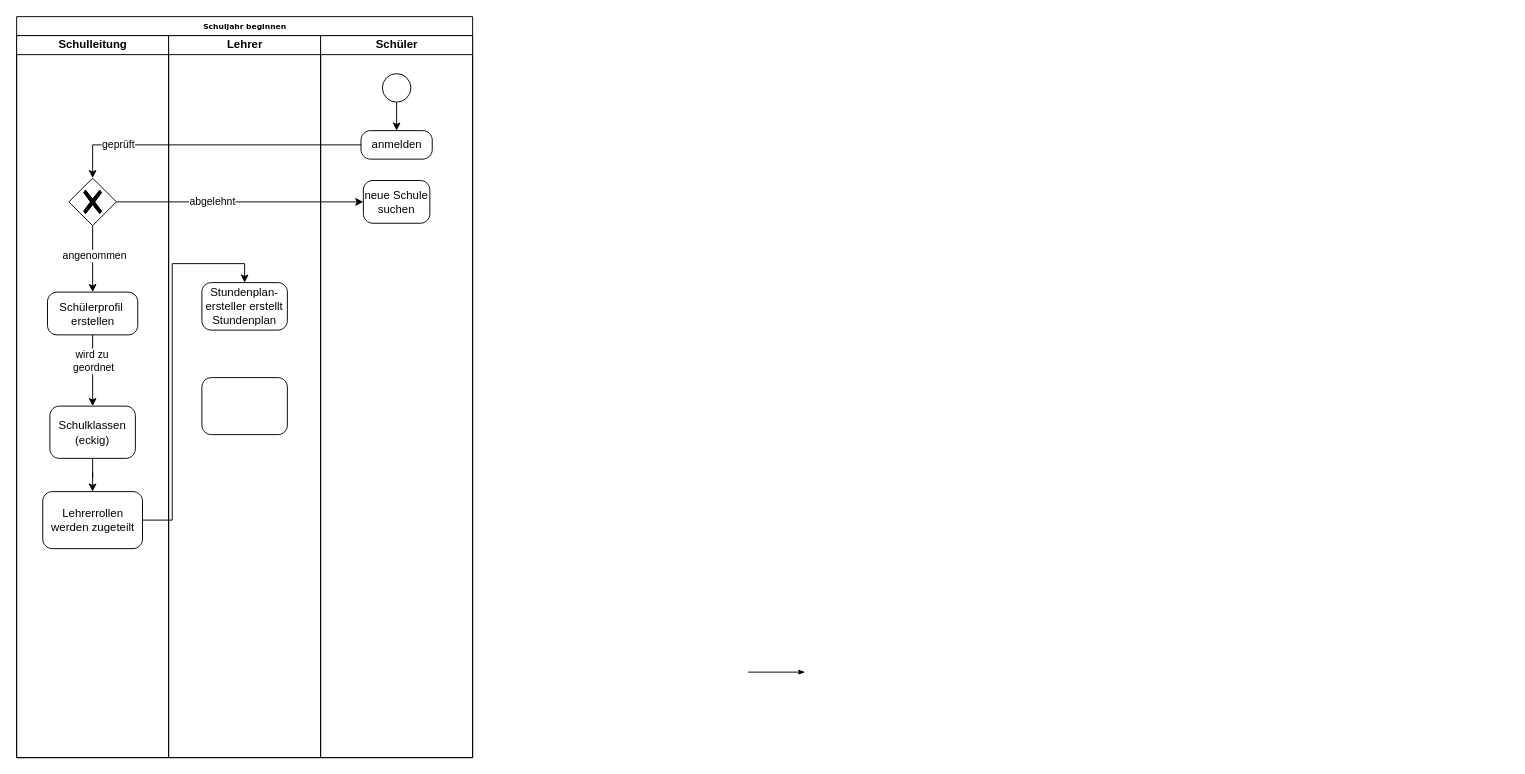
This is Aktivitätsdiagram.drawio from TrainFan1804/SchulverwaltungUML, a draw.io file, before an edit. Source tidied: cells renumbered, new cells numbered last; positions are measured from the earlier drawing's top-left corner, leaving out a move shared by most shapes. Both pictures are drawn from the tidied source at 95%, with x=0, y=0 at pixel (16, 16).
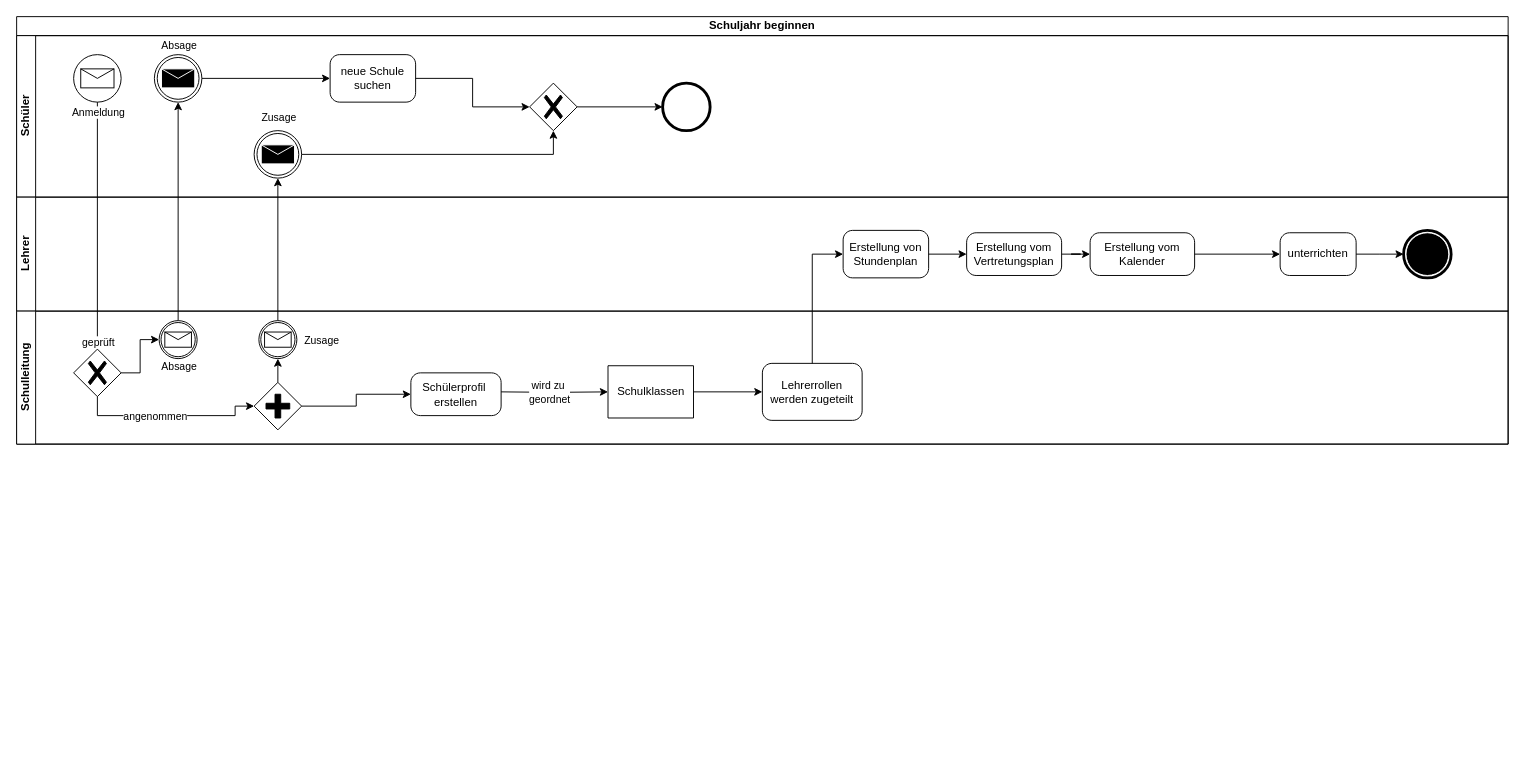
The same diagram, later.

What changed in the source:
```diff
@@
-    <mxCell id="2" value="Schuljahr beginnen" style="swimlane;html=1;startSize=20;rounded=0;shadow=0;labelBackgroundColor=none;strokeWidth=1;fontFamily=Verdana;fontSize=8;align=center;" parent="1" vertex="1">
-      <mxGeometry width="480" height="780" as="geometry" />
+    <mxCell id="2" value="Schuljahr beginnen" style="swimlane;html=1;horizontal=1;startSize=20;whiteSpace=wrap;" parent="1" vertex="1">
+      <mxGeometry width="1570" height="450" as="geometry" />
     </mxCell>
-    <mxCell id="3" style="edgeStyle=orthogonalEdgeStyle;rounded=1;html=1;labelBackgroundColor=none;startArrow=none;startFill=0;startSize=5;endArrow=classicThin;endFill=1;endSize=5;jettySize=auto;orthogonalLoop=1;strokeWidth=1;fontFamily=Verdana;fontSize=8;" parent="2" edge="1">
-      <mxGeometry relative="1" as="geometry">
-        <mxPoint x="770" y="690" as="sourcePoint" />
-        <mxPoint x="830" y="690" as="targetPoint" />
-      </mxGeometry>
-    </mxCell>
+    <mxCell id="17" value="Schüler" style="swimlane;html=1;startSize=20;horizontal=0;" parent="2" vertex="1">
+      <mxGeometry y="20" width="1570" height="170" as="geometry" />
+    </mxCell>
+    <mxCell id="21" value="neue Schule&lt;div&gt;suchen&lt;/div&gt;" style="points=[[0.25,0,0],[0.5,0,0],[0.75,0,0],[1,0.25,0],[1,0.5,0],[1,0.75,0],[0.75,1,0],[0.5,1,0],[0.25,1,0],[0,0.75,0],[0,0.5,0],[0,0.25,0]];shape=mxgraph.bpmn.task;whiteSpace=wrap;rectStyle=rounded;size=10;html=1;taskMarker=abstract;" parent="17" vertex="1">
+      <mxGeometry x="330" y="20" width="90" height="50" as="geometry" />
+    </mxCell>
+    <mxCell id="27" style="points=[[0.145,0.145,0],[0.5,0,0],[0.855,0.145,0],[1,0.5,0],[0.855,0.855,0],[0.5,1,0],[0.145,0.855,0],[0,0.5,0]];shape=mxgraph.bpmn.event;html=1;verticalLabelPosition=bottom;labelBackgroundColor=#ffffff;verticalAlign=top;align=center;perimeter=ellipsePerimeter;outlineConnect=0;outline=end;symbol=terminate2;" parent="17" vertex="1">
+      <mxGeometry x="680" y="50" width="50" height="50" as="geometry" />
+    </mxCell>
+    <mxCell id="28" style="points=[[0.145,0.145,0],[0.5,0,0],[0.855,0.145,0],[1,0.5,0],[0.855,0.855,0],[0.5,1,0],[0.145,0.855,0],[0,0.5,0]];shape=mxgraph.bpmn.event;html=1;verticalLabelPosition=bottom;labelBackgroundColor=#ffffff;verticalAlign=top;align=center;perimeter=ellipsePerimeter;outlineConnect=0;outline=standard;symbol=message;" parent="17" vertex="1">
+      <mxGeometry x="60" y="20" width="50" height="50" as="geometry" />
+    </mxCell>
+    <mxCell id="29" style="points=[[0.145,0.145,0],[0.5,0,0],[0.855,0.145,0],[1,0.5,0],[0.855,0.855,0],[0.5,1,0],[0.145,0.855,0],[0,0.5,0]];shape=mxgraph.bpmn.event;html=1;verticalLabelPosition=bottom;labelBackgroundColor=#ffffff;verticalAlign=top;align=center;perimeter=ellipsePerimeter;outlineConnect=0;outline=throwing;symbol=message;" parent="17" vertex="1">
+      <mxGeometry x="145" y="20" width="50" height="50" as="geometry" />
+    </mxCell>
+    <mxCell id="30" style="points=[[0.25,0.25,0],[0.5,0,0],[0.75,0.25,0],[1,0.5,0],[0.75,0.75,0],[0.5,1,0],[0.25,0.75,0],[0,0.5,0]];shape=mxgraph.bpmn.gateway2;html=1;verticalLabelPosition=bottom;labelBackgroundColor=#ffffff;verticalAlign=top;align=center;perimeter=rhombusPerimeter;outlineConnect=0;outline=none;symbol=none;gwType=exclusive;" parent="17" vertex="1">
+      <mxGeometry x="540" y="50" width="50" height="50" as="geometry" />
+    </mxCell>
+    <mxCell id="31" style="points=[[0.145,0.145,0],[0.5,0,0],[0.855,0.145,0],[1,0.5,0],[0.855,0.855,0],[0.5,1,0],[0.145,0.855,0],[0,0.5,0]];shape=mxgraph.bpmn.event;html=1;verticalLabelPosition=bottom;labelBackgroundColor=#ffffff;verticalAlign=top;align=center;perimeter=ellipsePerimeter;outlineConnect=0;outline=throwing;symbol=message;" parent="17" vertex="1">
+      <mxGeometry x="250" y="100" width="50" height="50" as="geometry" />
+    </mxCell>
+    <mxCell id="32" style="edgeStyle=orthogonalEdgeStyle;rounded=0;jettySize=auto;html=1;entryX=0;entryY=0.5;entryDx=0;entryDy=0;entryPerimeter=0;" parent="17" edge="1" source="30" target="27">
+      <mxGeometry relative="1" as="geometry" />
+    </mxCell>
+    <mxCell id="33" style="edgeStyle=orthogonalEdgeStyle;rounded=0;jettySize=auto;html=1;entryX=0;entryY=0.5;entryDx=0;entryDy=0;entryPerimeter=0;" parent="17" edge="1" source="21" target="30">
+      <mxGeometry relative="1" as="geometry" />
+    </mxCell>
+    <mxCell id="34" style="edgeStyle=orthogonalEdgeStyle;rounded=0;jettySize=auto;html=1;entryX=0;entryY=0.5;entryDx=0;entryDy=0;entryPerimeter=0;" parent="17" edge="1" source="29" target="21">
+      <mxGeometry relative="1" as="geometry" />
+    </mxCell>
+    <mxCell id="35" style="edgeStyle=orthogonalEdgeStyle;rounded=0;jettySize=auto;html=1;entryX=0.5;entryY=1;entryDx=0;entryDy=0;entryPerimeter=0;" parent="17" edge="1" source="31" target="30">
+      <mxGeometry relative="1" as="geometry" />
+    </mxCell>
+    <mxCell id="36" value="Zusage" style="edgeLabel;html=1;align=center;verticalAlign=middle;" parent="35" vertex="1">
+      <mxGeometry x="-0.9" y="-1" relative="1" as="geometry">
+        <mxPoint x="-39" y="-41" as="offset" />
+      </mxGeometry>
+    </mxCell>
+    <mxCell id="14" value="Lehrer" style="swimlane;html=1;startSize=20;horizontal=0;" parent="2" vertex="1">
+      <mxGeometry y="190" width="1570" height="120" as="geometry" />
+    </mxCell>
+    <mxCell id="16" value="Erstellung von Stundenplan" style="points=[[0.25,0,0],[0.5,0,0],[0.75,0,0],[1,0.25,0],[1,0.5,0],[1,0.75,0],[0.75,1,0],[0.5,1,0],[0.25,1,0],[0,0.75,0],[0,0.5,0],[0,0.25,0]];shape=mxgraph.bpmn.task;whiteSpace=wrap;rectStyle=rounded;size=10;html=1;taskMarker=abstract;" parent="14" vertex="1">
+      <mxGeometry x="870" y="35" width="90" height="50" as="geometry" />
+    </mxCell>
+    <mxCell id="37" value="unterrichten" style="points=[[0.25,0,0],[0.5,0,0],[0.75,0,0],[1,0.25,0],[1,0.5,0],[1,0.75,0],[0.75,1,0],[0.5,1,0],[0.25,1,0],[0,0.75,0],[0,0.5,0],[0,0.25,0]];shape=mxgraph.bpmn.task;whiteSpace=wrap;rectStyle=rounded;size=10;html=1;taskMarker=abstract;" parent="14" vertex="1">
+      <mxGeometry x="1330" y="37.5" width="80" height="45" as="geometry" />
+    </mxCell>
+    <mxCell id="38" value="Erstellung vom Vertretungsplan" style="points=[[0.25,0,0],[0.5,0,0],[0.75,0,0],[1,0.25,0],[1,0.5,0],[1,0.75,0],[0.75,1,0],[0.5,1,0],[0.25,1,0],[0,0.75,0],[0,0.5,0],[0,0.25,0]];shape=mxgraph.bpmn.task;whiteSpace=wrap;rectStyle=rounded;size=10;html=1;taskMarker=abstract;" parent="14" vertex="1">
+      <mxGeometry x="1000" y="37.5" width="100" height="45" as="geometry" />
+    </mxCell>
+    <mxCell id="39" style="edgeStyle=orthogonalEdgeStyle;rounded=0;jettySize=auto;html=1;entryX=0;entryY=0.5;entryDx=0;entryDy=0;entryPerimeter=0;" parent="14" edge="1" source="16" target="38">
+      <mxGeometry relative="1" as="geometry" />
+    </mxCell>
+    <mxCell id="40" value="Erstellung vom&lt;div&gt;Kalender&lt;/div&gt;" style="points=[[0.25,0,0],[0.5,0,0],[0.75,0,0],[1,0.25,0],[1,0.5,0],[1,0.75,0],[0.75,1,0],[0.5,1,0],[0.25,1,0],[0,0.75,0],[0,0.5,0],[0,0.25,0]];shape=mxgraph.bpmn.task;whiteSpace=wrap;rectStyle=rounded;size=10;html=1;taskMarker=abstract;" parent="14" vertex="1">
+      <mxGeometry x="1130" y="37.5" width="110" height="45" as="geometry" />
+    </mxCell>
+    <mxCell id="41" style="edgeStyle=orthogonalEdgeStyle;rounded=0;jettySize=auto;html=1;entryX=0;entryY=0.5;entryDx=0;entryDy=0;entryPerimeter=0;" parent="14" edge="1" source="38" target="40">
+      <mxGeometry relative="1" as="geometry" />
+    </mxCell>
+    <mxCell id="42" style="edgeStyle=orthogonalEdgeStyle;rounded=0;jettySize=auto;html=1;entryX=0;entryY=0.5;entryDx=0;entryDy=0;entryPerimeter=0;" parent="14" edge="1" source="37">
+      <mxGeometry relative="1" as="geometry">
+        <mxPoint x="1460" y="60" as="targetPoint" />
+      </mxGeometry>
+    </mxCell>
+    <mxCell id="43" style="shape=mxgraph.bpmn.event;html=1;verticalLabelPosition=bottom;labelBackgroundColor=#ffffff;verticalAlign=top;align=center;perimeter=ellipsePerimeter;outline=end;symbol=terminate;" parent="14" vertex="1">
+      <mxGeometry x="1460" y="35" width="50" height="50" as="geometry" />
+    </mxCell>
+    <mxCell id="44" style="edgeStyle=orthogonalEdgeStyle;rounded=0;jettySize=auto;html=1;entryX=0;entryY=0.5;entryDx=0;entryDy=0;entryPerimeter=0;" parent="14" edge="1" source="40" target="37">
+      <mxGeometry relative="1" as="geometry" />
+    </mxCell>
+    <mxCell id="22" style="edgeStyle=orthogonalEdgeStyle;rounded=0;jettySize=auto;html=1;entryX=0.5;entryY=0;entryDx=0;entryDy=0;entryPerimeter=0;" parent="2" edge="1" source="28" target="5">
+      <mxGeometry relative="1" as="geometry" />
+    </mxCell>
+    <mxCell id="23" value="geprüft" style="edgeLabel;html=1;align=center;verticalAlign=middle;" parent="22" vertex="1">
+      <mxGeometry x="0.61" y="-1" relative="1" as="geometry">
+        <mxPoint x="1" y="43" as="offset" />
+      </mxGeometry>
+    </mxCell>
+    <mxCell id="45" value="Anmeldung" style="edgeLabel;html=1;align=center;verticalAlign=middle;" parent="22" vertex="1">
+      <mxGeometry x="-0.92" relative="1" as="geometry" />
+    </mxCell>
+    <mxCell id="46" style="edgeStyle=orthogonalEdgeStyle;rounded=0;jettySize=auto;html=1;entryX=0.5;entryY=1;entryDx=0;entryDy=0;entryPerimeter=0;exitX=0.5;exitY=0;exitDx=0;exitDy=0;exitPerimeter=0;" parent="2" edge="1" source="49" target="29">
+      <mxGeometry relative="1" as="geometry" />
+    </mxCell>
+    <mxCell id="47" value="Absage" style="edgeLabel;html=1;align=center;verticalAlign=middle;" parent="46" vertex="1">
+      <mxGeometry x="0.83" y="2" relative="1" as="geometry">
+        <mxPoint x="2" y="-80" as="offset" />
+      </mxGeometry>
+    </mxCell>
+    <mxCell id="48" style="edgeStyle=orthogonalEdgeStyle;rounded=0;jettySize=auto;html=1;entryX=0.5;entryY=1;entryDx=0;entryDy=0;entryPerimeter=0;exitX=0.5;exitY=0;exitDx=0;exitDy=0;exitPerimeter=0;" parent="2" edge="1" source="53" target="31">
+      <mxGeometry relative="1" as="geometry" />
+    </mxCell>
-    <mxCell id="4" value="Schulleitung" style="swimlane;html=1;startSize=20;" parent="2" vertex="1">
-      <mxGeometry y="20" width="160" height="760" as="geometry" />
+    <mxCell id="4" value="Schulleitung" style="swimlane;html=1;startSize=20;horizontal=0;" parent="2" vertex="1">
+      <mxGeometry y="310" width="1570" height="140" as="geometry" />
     </mxCell>
     <mxCell id="5" style="points=[[0.25,0.25,0],[0.5,0,0],[0.75,0.25,0],[1,0.5,0],[0.75,0.75,0],[0.5,1,0],[0.25,0.75,0],[0,0.5,0]];shape=mxgraph.bpmn.gateway2;html=1;verticalLabelPosition=bottom;labelBackgroundColor=#ffffff;verticalAlign=top;align=center;perimeter=rhombusPerimeter;outlineConnect=0;outline=none;symbol=none;gwType=exclusive;" parent="4" vertex="1">
-      <mxGeometry x="55" y="150" width="50" height="50" as="geometry" />
+      <mxGeometry x="60" y="40" width="50" height="50" as="geometry" />
     </mxCell>
     <mxCell id="6" value="Schülerprofil&amp;nbsp;&lt;div&gt;erstellen&lt;/div&gt;" style="points=[[0.25,0,0],[0.5,0,0],[0.75,0,0],[1,0.25,0],[1,0.5,0],[1,0.75,0],[0.75,1,0],[0.5,1,0],[0.25,1,0],[0,0.75,0],[0,0.5,0],[0,0.25,0]];shape=mxgraph.bpmn.task;whiteSpace=wrap;rectStyle=rounded;size=10;html=1;taskMarker=abstract;" parent="4" vertex="1">
-      <mxGeometry x="32.5" y="270" width="95" height="45" as="geometry" />
+      <mxGeometry x="415" y="65" width="95" height="45" as="geometry" />
     </mxCell>
-    <mxCell id="7" style="edgeStyle=orthogonalEdgeStyle;rounded=0;jettySize=auto;html=1;" parent="4" edge="1" source="5" target="6">
-      <mxGeometry relative="1" as="geometry" />
+    <mxCell id="7" style="edgeStyle=orthogonalEdgeStyle;rounded=0;jettySize=auto;html=1;exitX=0.5;exitY=1;exitDx=0;exitDy=0;exitPerimeter=0;entryX=0;entryY=0.5;entryDx=0;entryDy=0;entryPerimeter=0;" parent="4" edge="1" source="5" target="52">
+      <mxGeometry relative="1" as="geometry">
+        <Array as="points">
+          <mxPoint x="85" y="110" />
+          <mxPoint x="230" y="110" />
+          <mxPoint x="230" y="100" />
+        </Array>
+      </mxGeometry>
     </mxCell>
     <mxCell id="8" value="angenommen" style="edgeLabel;html=1;align=center;verticalAlign=middle;" parent="7" vertex="1">
-      <mxGeometry x="-0.12" y="1" relative="1" as="geometry" />
+      <mxGeometry x="-0.12" y="1" relative="1" as="geometry">
+        <mxPoint x="-6" y="1" as="offset" />
+      </mxGeometry>
     </mxCell>
-    <mxCell id="9" value="Schulklassen&lt;div&gt;(eckig)&lt;/div&gt;" style="points=[[0.25,0,0],[0.5,0,0],[0.75,0,0],[1,0.25,0],[1,0.5,0],[1,0.75,0],[0.75,1,0],[0.5,1,0],[0.25,1,0],[0,0.75,0],[0,0.5,0],[0,0.25,0]];shape=mxgraph.bpmn.task;whiteSpace=wrap;rectStyle=rounded;size=10;html=1;taskMarker=abstract;" parent="4" vertex="1">
-      <mxGeometry x="35" y="390" width="90" height="55" as="geometry" />
+    <mxCell id="9" value="Schulklassen" style="points=[[0.25,0,0],[0.5,0,0],[0.75,0,0],[1,0.25,0],[1,0.5,0],[1,0.75,0],[0.75,1,0],[0.5,1,0],[0.25,1,0],[0,0.75,0],[0,0.5,0],[0,0.25,0]];shape=mxgraph.bpmn.task;whiteSpace=wrap;rectStyle=square;size=10;html=1;taskMarker=abstract;" parent="4" vertex="1">
+      <mxGeometry x="622.5" y="57.5" width="90" height="55" as="geometry" />
     </mxCell>
-    <mxCell id="10" style="edgeStyle=orthogonalEdgeStyle;rounded=0;jettySize=auto;html=1;entryX=0.5;entryY=0;entryDx=0;entryDy=0;entryPerimeter=0;" parent="4" edge="1" source="6" target="9">
-      <mxGeometry relative="1" as="geometry" />
+    <mxCell id="10" style="edgeStyle=orthogonalEdgeStyle;rounded=0;jettySize=auto;html=1;entryX=0;entryY=0.5;entryDx=0;entryDy=0;entryPerimeter=0;" parent="4" edge="1" target="9">
+      <mxGeometry relative="1" as="geometry">
+        <mxPoint x="510" y="85" as="sourcePoint" />
+      </mxGeometry>
     </mxCell>
     <mxCell id="11" value="wird zu&amp;nbsp;&lt;div&gt;geordnet&lt;/div&gt;" style="edgeLabel;html=1;align=center;verticalAlign=middle;" parent="10" vertex="1">
       <mxGeometry x="-0.29" y="2" relative="1" as="geometry">
-        <mxPoint x="-2" as="offset" />
+        <mxPoint x="10" y="2" as="offset" />
       </mxGeometry>
     </mxCell>
     <mxCell id="12" value="Lehrerrollen werden zugeteilt" style="points=[[0.25,0,0],[0.5,0,0],[0.75,0,0],[1,0.25,0],[1,0.5,0],[1,0.75,0],[0.75,1,0],[0.5,1,0],[0.25,1,0],[0,0.75,0],[0,0.5,0],[0,0.25,0]];shape=mxgraph.bpmn.task;whiteSpace=wrap;rectStyle=rounded;size=10;html=1;taskMarker=abstract;" parent="4" vertex="1">
-      <mxGeometry x="27.5" y="480" width="105" height="60" as="geometry" />
+      <mxGeometry x="785" y="55" width="105" height="60" as="geometry" />
     </mxCell>
@@
-    <mxCell id="14" value="Lehrer" style="swimlane;html=1;startSize=20;" parent="2" vertex="1">
-      <mxGeometry x="160" y="20" width="160" height="760" as="geometry" />
-    </mxCell>
-    <mxCell id="15" style="shape=mxgraph.bpmn.task;whiteSpace=wrap;rectStyle=rounded;size=10;html=1;taskMarker=abstract;" parent="14" vertex="1">
-      <mxGeometry x="35" y="360" width="90" height="60" as="geometry" />
-    </mxCell>
-    <mxCell id="16" value="Stundenplan-ersteller erstellt Stundenplan" style="points=[[0.25,0,0],[0.5,0,0],[0.75,0,0],[1,0.25,0],[1,0.5,0],[1,0.75,0],[0.75,1,0],[0.5,1,0],[0.25,1,0],[0,0.75,0],[0,0.5,0],[0,0.25,0]];shape=mxgraph.bpmn.task;whiteSpace=wrap;rectStyle=rounded;size=10;html=1;taskMarker=abstract;" parent="14" vertex="1">
-      <mxGeometry x="35" y="260" width="90" height="50" as="geometry" />
-    </mxCell>
-    <mxCell id="17" value="Schüler" style="swimlane;html=1;startSize=20;" parent="2" vertex="1">
-      <mxGeometry x="320" y="20" width="160" height="760" as="geometry" />
-    </mxCell>
-    <mxCell id="18" value="anmelden" style="points=[[0.25,0,0],[0.5,0,0],[0.75,0,0],[1,0.25,0],[1,0.5,0],[1,0.75,0],[0.75,1,0],[0.5,1,0],[0.25,1,0],[0,0.75,0],[0,0.5,0],[0,0.25,0]];shape=mxgraph.bpmn.task;whiteSpace=wrap;rectStyle=rounded;size=10;html=1;taskMarker=abstract;" parent="17" vertex="1">
-      <mxGeometry x="42.5" y="100" width="75" height="30" as="geometry" />
-    </mxCell>
-    <mxCell id="19" style="edgeStyle=orthogonalEdgeStyle;rounded=0;jettySize=auto;html=1;entryX=0.5;entryY=0;entryDx=0;entryDy=0;entryPerimeter=0;" parent="17" edge="1" target="18">
-      <mxGeometry relative="1" as="geometry">
-        <mxPoint x="80" y="70" as="sourcePoint" />
-      </mxGeometry>
-    </mxCell>
-    <mxCell id="20" style="shape=mxgraph.bpmn.event;html=1;verticalLabelPosition=bottom;labelBackgroundColor=#ffffff;verticalAlign=top;align=center;perimeter=ellipsePerimeter;outline=standard;symbol=general;" parent="17" vertex="1">
-      <mxGeometry x="65" y="40" width="30" height="30" as="geometry" />
-    </mxCell>
-    <mxCell id="21" value="neue Schule&lt;div&gt;suchen&lt;/div&gt;" style="points=[[0.25,0,0],[0.5,0,0],[0.75,0,0],[1,0.25,0],[1,0.5,0],[1,0.75,0],[0.75,1,0],[0.5,1,0],[0.25,1,0],[0,0.75,0],[0,0.5,0],[0,0.25,0]];shape=mxgraph.bpmn.task;whiteSpace=wrap;rectStyle=rounded;size=10;html=1;taskMarker=abstract;" parent="17" vertex="1">
-      <mxGeometry x="45" y="152.5" width="70" height="45" as="geometry" />
-    </mxCell>
-    <mxCell id="22" style="edgeStyle=orthogonalEdgeStyle;rounded=0;jettySize=auto;html=1;entryX=0.5;entryY=0;entryDx=0;entryDy=0;entryPerimeter=0;" parent="2" edge="1" source="18" target="5">
-      <mxGeometry relative="1" as="geometry" />
-    </mxCell>
-    <mxCell id="23" value="geprüft" style="edgeLabel;html=1;align=center;verticalAlign=middle;" parent="22" vertex="1">
-      <mxGeometry x="0.61" y="-1" relative="1" as="geometry" />
-    </mxCell>
-    <mxCell id="24" style="edgeStyle=orthogonalEdgeStyle;rounded=0;jettySize=auto;html=1;" parent="2" edge="1" source="5" target="21">
-      <mxGeometry relative="1" as="geometry" />
-    </mxCell>
-    <mxCell id="25" value="abgelehnt" style="edgeLabel;html=1;align=center;verticalAlign=middle;" parent="24" vertex="1">
-      <mxGeometry x="-0.23" y="1" relative="1" as="geometry" />
-    </mxCell>
+    <mxCell id="49" style="points=[[0.145,0.145,0],[0.5,0,0],[0.855,0.145,0],[1,0.5,0],[0.855,0.855,0],[0.5,1,0],[0.145,0.855,0],[0,0.5,0]];shape=mxgraph.bpmn.event;html=1;verticalLabelPosition=bottom;labelBackgroundColor=#ffffff;verticalAlign=top;align=center;perimeter=ellipsePerimeter;outlineConnect=0;outline=catching;symbol=message;" parent="4" vertex="1">
+      <mxGeometry x="150" y="10" width="40" height="40" as="geometry" />
+    </mxCell>
+    <mxCell id="50" style="edgeStyle=orthogonalEdgeStyle;rounded=0;jettySize=auto;html=1;entryX=0;entryY=0.5;entryDx=0;entryDy=0;entryPerimeter=0;exitX=1;exitY=0.5;exitDx=0;exitDy=0;exitPerimeter=0;" parent="4" edge="1" source="5" target="49">
+      <mxGeometry relative="1" as="geometry">
+        <Array as="points">
+          <mxPoint x="130" y="65" />
+          <mxPoint x="130" y="30" />
+        </Array>
+      </mxGeometry>
+    </mxCell>
+    <mxCell id="51" value="Absage" style="edgeLabel;html=1;align=center;verticalAlign=middle;" parent="50" vertex="1">
+      <mxGeometry x="0.06" y="2" relative="1" as="geometry">
+        <mxPoint x="42" y="12" as="offset" />
+      </mxGeometry>
+    </mxCell>
+    <mxCell id="52" style="points=[[0.25,0.25,0],[0.5,0,0],[0.75,0.25,0],[1,0.5,0],[0.75,0.75,0],[0.5,1,0],[0.25,0.75,0],[0,0.5,0]];shape=mxgraph.bpmn.gateway2;html=1;verticalLabelPosition=bottom;labelBackgroundColor=#ffffff;verticalAlign=top;align=center;perimeter=rhombusPerimeter;outlineConnect=0;outline=none;symbol=none;gwType=parallel;" parent="4" vertex="1">
+      <mxGeometry x="250" y="75" width="50" height="50" as="geometry" />
+    </mxCell>
+    <mxCell id="53" style="points=[[0.145,0.145,0],[0.5,0,0],[0.855,0.145,0],[1,0.5,0],[0.855,0.855,0],[0.5,1,0],[0.145,0.855,0],[0,0.5,0]];shape=mxgraph.bpmn.event;html=1;verticalLabelPosition=bottom;labelBackgroundColor=#ffffff;verticalAlign=top;align=center;perimeter=ellipsePerimeter;outlineConnect=0;outline=catching;symbol=message;" parent="4" vertex="1">
+      <mxGeometry x="255" y="10" width="40" height="40" as="geometry" />
+    </mxCell>
+    <mxCell id="54" style="edgeStyle=orthogonalEdgeStyle;rounded=0;jettySize=auto;html=1;exitX=0.5;exitY=0;exitDx=0;exitDy=0;exitPerimeter=0;entryX=0.5;entryY=1;entryDx=0;entryDy=0;entryPerimeter=0;" parent="4" edge="1" source="52" target="53">
+      <mxGeometry relative="1" as="geometry" />
+    </mxCell>
+    <mxCell id="55" value="Zusage" style="edgeLabel;html=1;align=center;verticalAlign=middle;" parent="54" vertex="1">
+      <mxGeometry x="-0.3" relative="1" as="geometry">
+        <mxPoint x="45" y="-36" as="offset" />
+      </mxGeometry>
+    </mxCell>
+    <mxCell id="56" style="edgeStyle=orthogonalEdgeStyle;rounded=0;jettySize=auto;html=1;entryX=0;entryY=0.5;entryDx=0;entryDy=0;entryPerimeter=0;" parent="4" edge="1" source="52" target="6">
+      <mxGeometry relative="1" as="geometry" />
+    </mxCell>
-    <mxCell id="26" style="edgeStyle=orthogonalEdgeStyle;rounded=0;jettySize=auto;html=1;entryX=0.5;entryY=0;entryDx=0;entryDy=0;entryPerimeter=0;" parent="2" edge="1" source="12" target="16">
+    <mxCell id="26" style="edgeStyle=orthogonalEdgeStyle;rounded=0;jettySize=auto;html=1;entryX=0;entryY=0.5;entryDx=0;entryDy=0;entryPerimeter=0;" parent="2" edge="1" source="12" target="16">
       <mxGeometry relative="1" as="geometry" />
     </mxCell>
```
